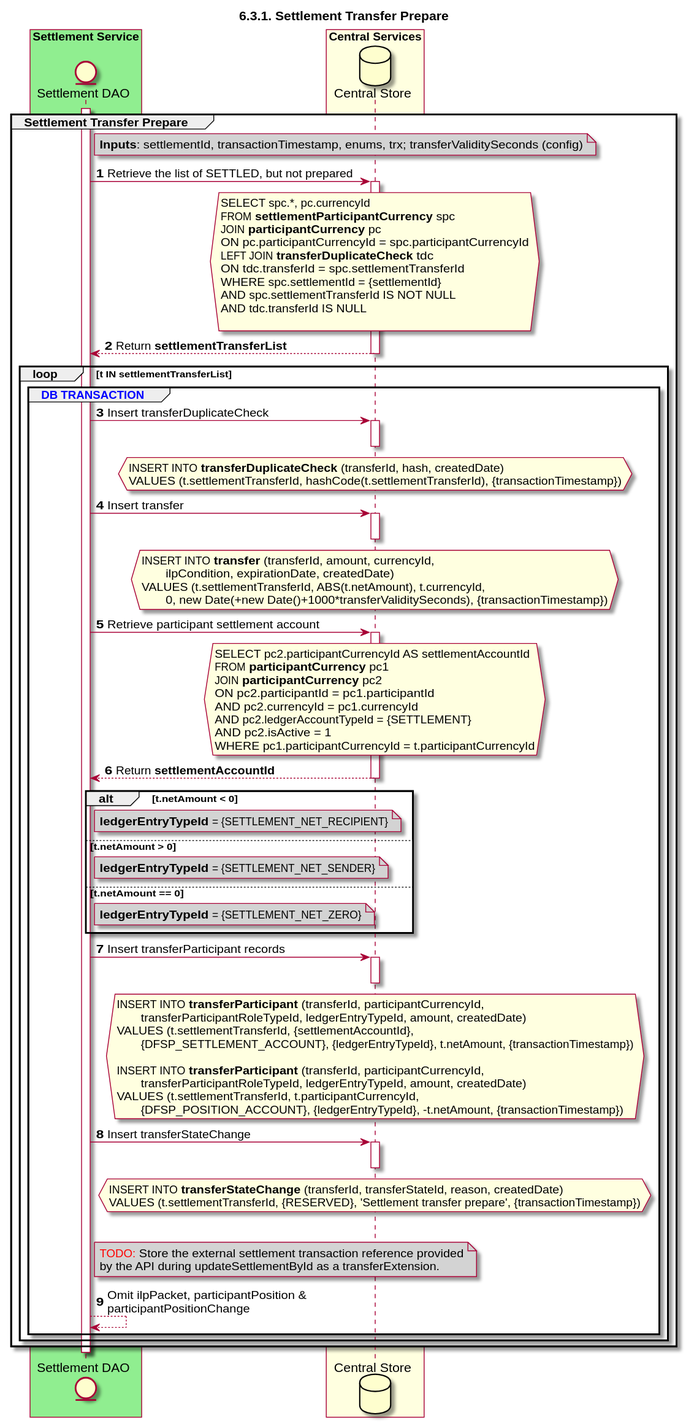
Above: Diagrams/SequenceDiagrams/seq-settransfer-6.3.1-prepare.svg in ggrg/docs (PlantUML), before the change.
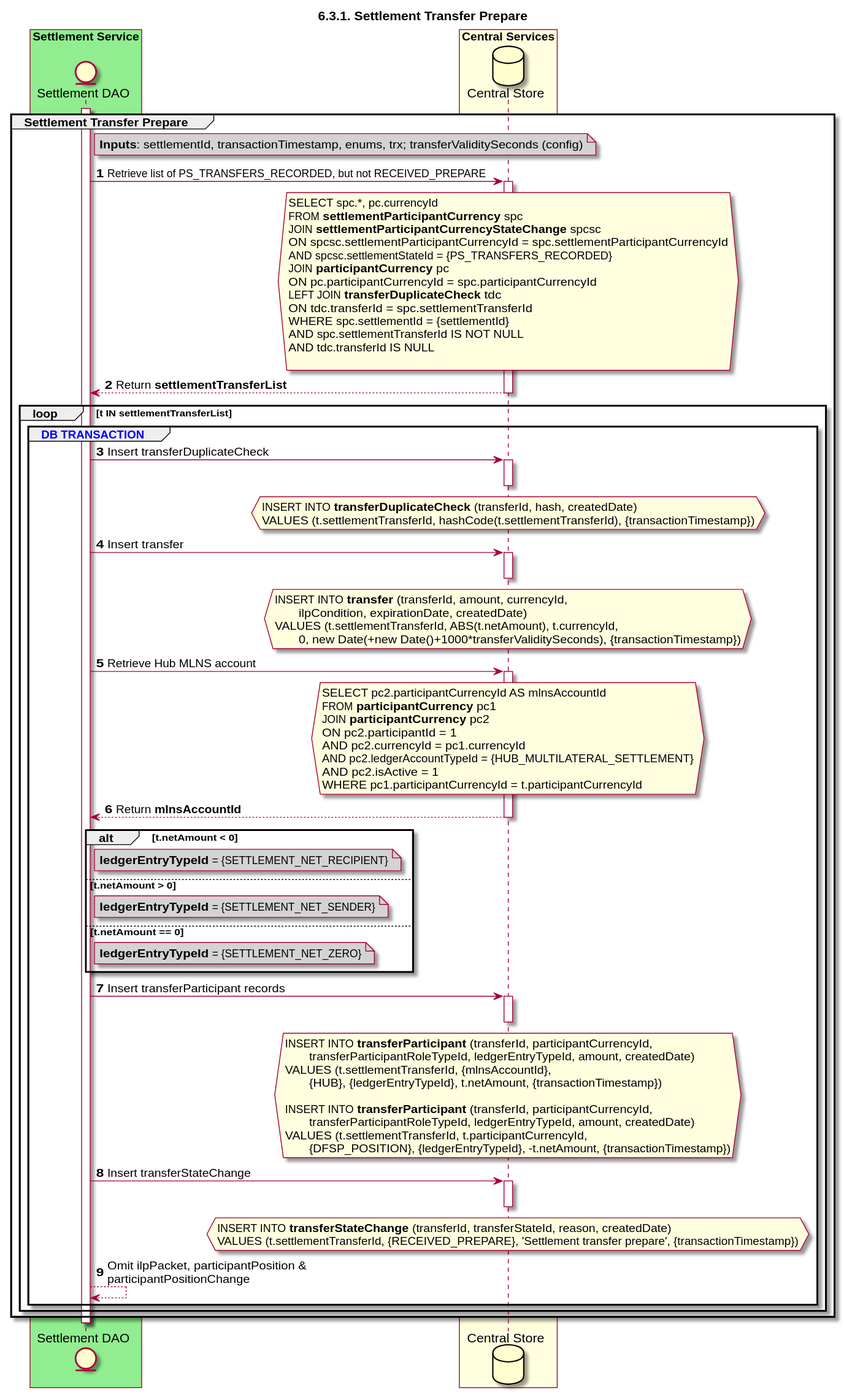
The same file after the commit.

Commit message:
Prepare, reserve, commit - ready

Change to the diagram source:
```diff
@@ -18,11 +18,14 @@
     note right of SETTLE_DAO #lightgray
         **Inputs**: settlementId, transactionTimestamp, enums, trx; transferValiditySeconds (config)
     end note
-    SETTLE_DAO -> DB: Retrieve the list of SETTLED, but not prepared
+    SETTLE_DAO -> DB: Retrieve list of PS_TRANSFERS_RECORDED, but not RECEIVED_PREPARE
     activate DB
     hnote over DB #lightyellow
         SELECT spc.*, pc.currencyId
         FROM **settlementParticipantCurrency** spc
+        JOIN **settlementParticipantCurrencyStateChange** spcsc
+        ON spcsc.settlementParticipantCurrencyId = spc.settlementParticipantCurrencyId
+        AND spcsc.settlementStateId = {PS_TRANSFERS_RECORDED}
         JOIN **participantCurrency** pc
         ON pc.participantCurrencyId = spc.participantCurrencyId
         LEFT JOIN **transferDuplicateCheck** tdc
@@ -52,19 +55,19 @@
                        0, new Date(+new Date()+1000*transferValiditySeconds), {transactionTimestamp})
             end hnote
             deactivate DB
-            SETTLE_DAO -> DB: Retrieve participant settlement account
+            SETTLE_DAO -> DB: Retrieve Hub MLNS account
             activate DB
             hnote over DB #lightyellow
-                SELECT pc2.participantCurrencyId AS settlementAccountId
+                SELECT pc2.participantCurrencyId AS mlnsAccountId
                 FROM **participantCurrency** pc1
                 JOIN **participantCurrency** pc2
-                ON pc2.participantId = pc1.participantId
+                ON pc2.participantId = 1
                 AND pc2.currencyId = pc1.currencyId
-                AND pc2.ledgerAccountTypeId = {SETTLEMENT}
+                AND pc2.ledgerAccountTypeId = {HUB_MULTILATERAL_SETTLEMENT}
                 AND pc2.isActive = 1
                 WHERE pc1.participantCurrencyId = t.participantCurrencyId
             end hnote
-            DB --> SETTLE_DAO: Return **settlementAccountId**
+            DB --> SETTLE_DAO: Return **mlnsAccountId**
             deactivate DB
             alt t.netAmount < 0
                 note right of SETTLE_DAO #lightgray
@@ -84,27 +87,22 @@
             hnote over DB #lightyellow
                 INSERT INTO **transferParticipant** (transferId, participantCurrencyId,
                        transferParticipantRoleTypeId, ledgerEntryTypeId, amount, createdDate)
-                VALUES (t.settlementTransferId, {settlementAccountId},
-                       {DFSP_SETTLEMENT_ACCOUNT}, {ledgerEntryTypeId}, t.netAmount, {transactionTimestamp})
+                VALUES (t.settlementTransferId, {mlnsAccountId},
+                       {HUB}, {ledgerEntryTypeId}, t.netAmount, {transactionTimestamp})
 
                 INSERT INTO **transferParticipant** (transferId, participantCurrencyId,
                        transferParticipantRoleTypeId, ledgerEntryTypeId, amount, createdDate)
                 VALUES (t.settlementTransferId, t.participantCurrencyId,
-                       {DFSP_POSITION_ACCOUNT}, {ledgerEntryTypeId}, -t.netAmount, {transactionTimestamp})
+                       {DFSP_POSITION}, {ledgerEntryTypeId}, -t.netAmount, {transactionTimestamp})
             end hnote
             deactivate DB
             SETTLE_DAO -> DB: Insert transferStateChange
             activate DB
             hnote over DB #lightyellow
                 INSERT INTO **transferStateChange** (transferId, transferStateId, reason, createdDate)
-                VALUES (t.settlementTransferId, {RESERVED}, 'Settlement transfer prepare', {transactionTimestamp})
+                VALUES (t.settlementTransferId, {RECEIVED_PREPARE}, 'Settlement transfer prepare', {transactionTimestamp})
             end hnote
             deactivate DB
-            |||
-            note right of SETTLE_DAO #lightgray
-                <color #red>TODO:</color> Store the external settlement transaction reference provided
-                by the API during updateSettlementById as a transferExtension.
-            end note
             SETTLE_DAO --> SETTLE_DAO: Omit ilpPacket, participantPosition &\nparticipantPositionChange
         end
     end
```
